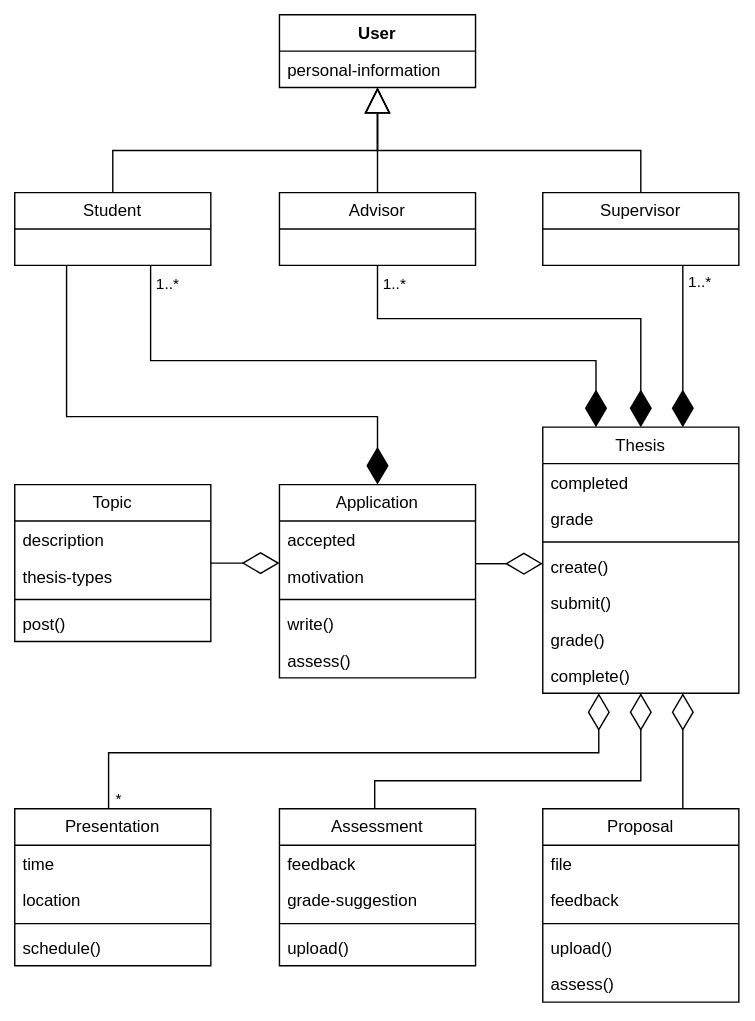
Before: analysis-object-modal.svg, a diagram exported from draw.io (fabian-emilius/bachelor-thesis-charts). Source tidied: cells renumbered, new cells last; positions are measured from the earlier drawing's top-left corner, leaving out a move shared by most shapes.
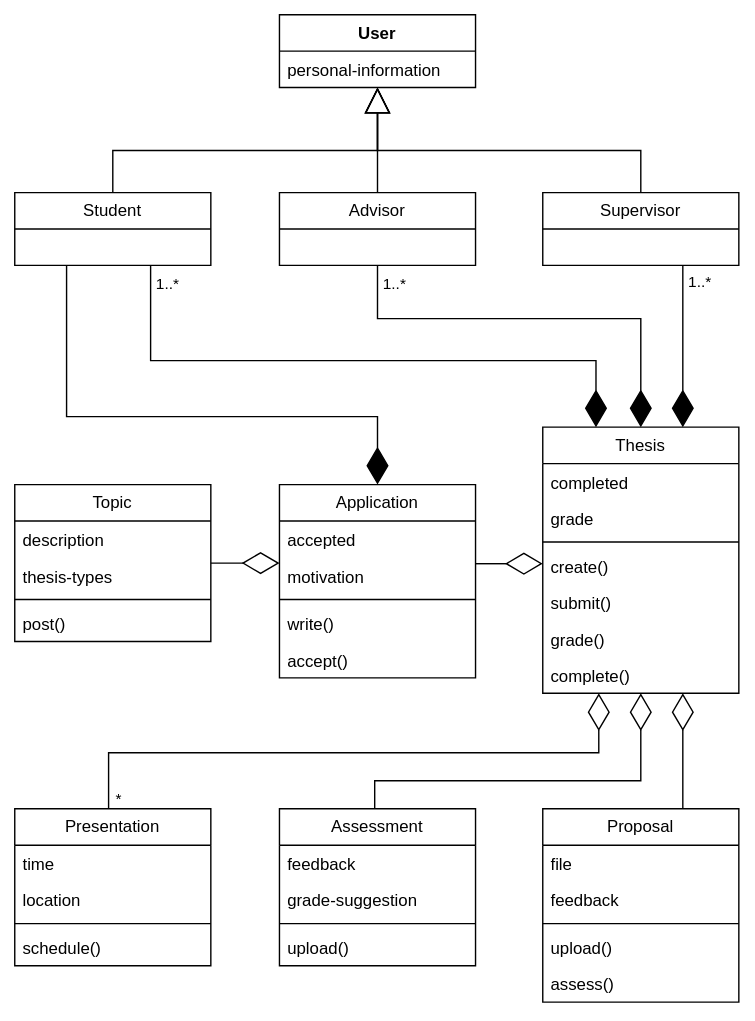
After the commit.

Diff of the diagram source:
```diff
@@ -112,7 +112,7 @@
     <mxCell id="24" value="write()" style="text;strokeColor=none;fillColor=none;align=left;verticalAlign=top;spacingLeft=4;spacingRight=4;overflow=hidden;whiteSpace=wrap;html=1;" parent="20" vertex="1">
       <mxGeometry y="86" width="140" height="26" as="geometry" />
     </mxCell>
-    <mxCell id="25" value="assess()" style="text;strokeColor=none;fillColor=none;align=left;verticalAlign=top;spacingLeft=4;spacingRight=4;overflow=hidden;whiteSpace=wrap;html=1;" parent="20" vertex="1">
+    <mxCell id="25" value="accept()" style="text;strokeColor=none;fillColor=none;align=left;verticalAlign=top;spacingLeft=4;spacingRight=4;overflow=hidden;whiteSpace=wrap;html=1;" parent="20" vertex="1">
       <mxGeometry y="112" width="140" height="26" as="geometry" />
     </mxCell>
     <mxCell id="26" value="Thesis" style="swimlane;fontStyle=0;horizontal=1;startSize=26;fillColor=none;whiteSpace=wrap;html=1;" parent="1" vertex="1">
```
